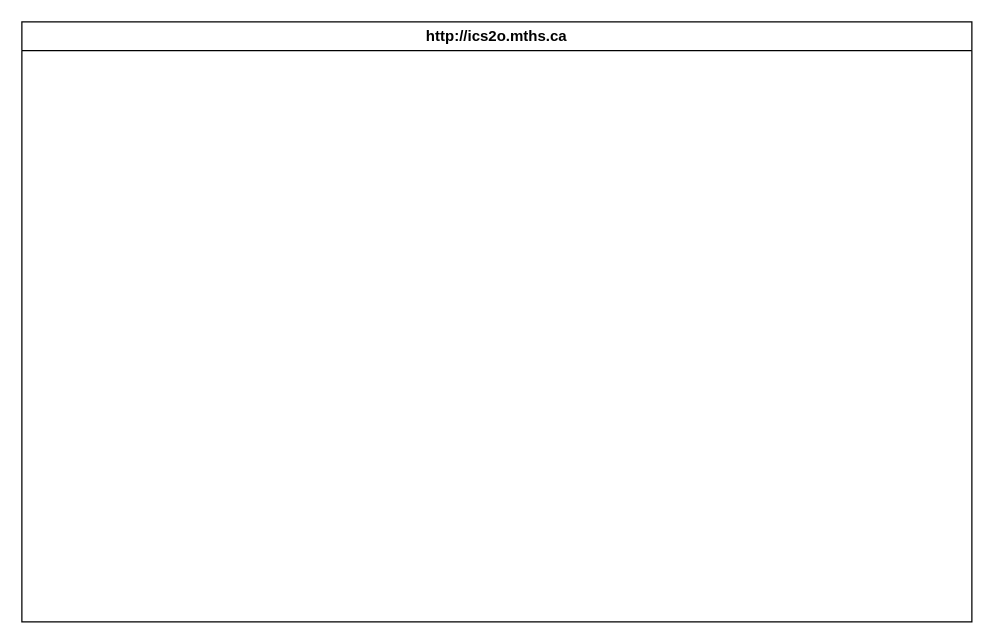
Before: design/storyboard.drawio in MTHS-ICD2O-1-2023/ICD2O-Unit-5-07-yoochan-han, a draw.io diagram. Source tidied: cells renumbered, new cells numbered last; positions are measured from the earlier drawing's top-left corner, leaving out a move shared by most shapes. Both pictures are drawn from the tidied source at 125%, with x=0, y=0 at pixel (21, 21).
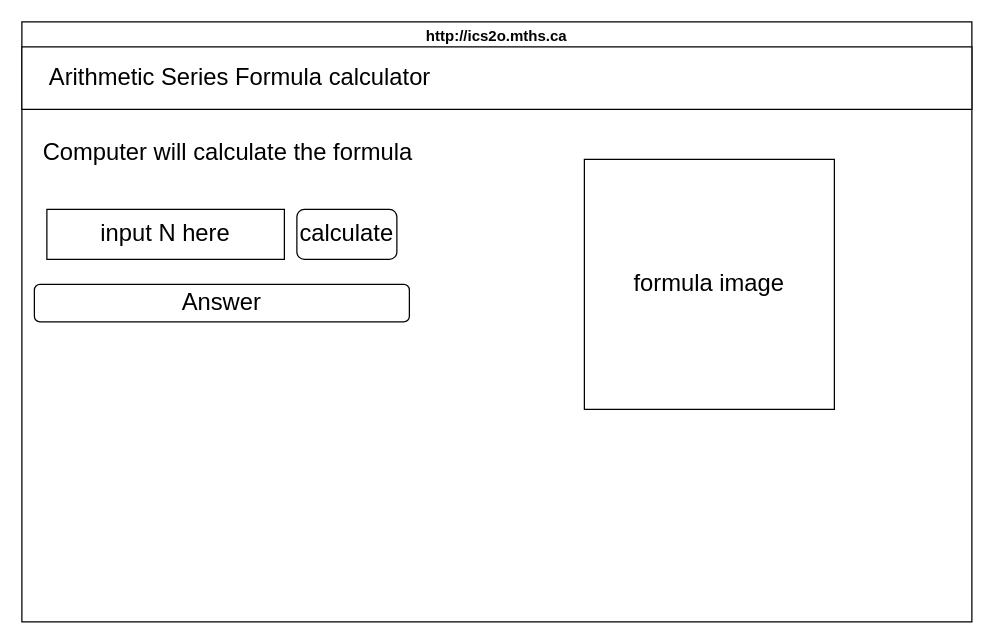
The same page after the edit.

Change to the diagram source:
```diff
@@
 <mxGraphModel>
   <root>
     <mxCell id="0" />
     <mxCell id="1" parent="0" />
     <mxCell id="2" value="http://ics2o.mths.ca" style="swimlane;whiteSpace=wrap;html=1;" parent="1" vertex="1">
       <mxGeometry width="760" height="480" as="geometry" />
     </mxCell>
+    <mxCell id="3" value="&lt;span style=&quot;&quot;&gt;&lt;/span&gt;&lt;font style=&quot;font-size: 19px;&quot;&gt;&amp;nbsp; &amp;nbsp; Arithmetic Series Formula calculator&lt;/font&gt;" style="rounded=0;whiteSpace=wrap;html=1;align=left;" parent="2" vertex="1">
+      <mxGeometry y="20" width="760" height="50" as="geometry" />
+    </mxCell>
+    <mxCell id="4" value="&lt;font color=&quot;#000000&quot;&gt;Computer will calculate the formula&lt;/font&gt;" style="text;html=1;strokeColor=none;fillColor=none;align=center;verticalAlign=middle;whiteSpace=wrap;rounded=0;fontSize=19;" parent="2" vertex="1">
+      <mxGeometry x="10" y="90" width="310" height="30" as="geometry" />
+    </mxCell>
+    <mxCell id="5" value="formula image" style="whiteSpace=wrap;html=1;fontSize=19;" parent="2" vertex="1">
+      <mxGeometry x="450" y="110" width="200" height="200" as="geometry" />
+    </mxCell>
+    <mxCell id="6" value="&lt;font color=&quot;#000000&quot;&gt;input N here&lt;/font&gt;" style="rounded=0;whiteSpace=wrap;html=1;fontSize=19;fillColor=none;" parent="2" vertex="1">
+      <mxGeometry x="20" y="150" width="190" height="40" as="geometry" />
+    </mxCell>
+    <mxCell id="7" value="calculate" style="rounded=1;whiteSpace=wrap;html=1;fontSize=19;fontColor=#000000;fillColor=none;" parent="2" vertex="1">
+      <mxGeometry x="220" y="150" width="80" height="40" as="geometry" />
+    </mxCell>
+    <mxCell id="8" value="Answer" style="rounded=1;whiteSpace=wrap;html=1;fontSize=19;fontColor=#000000;fillColor=none;" parent="2" vertex="1">
+      <mxGeometry x="10" y="210" width="300" height="30" as="geometry" />
+    </mxCell>
   </root>
 </mxGraphModel>
```
